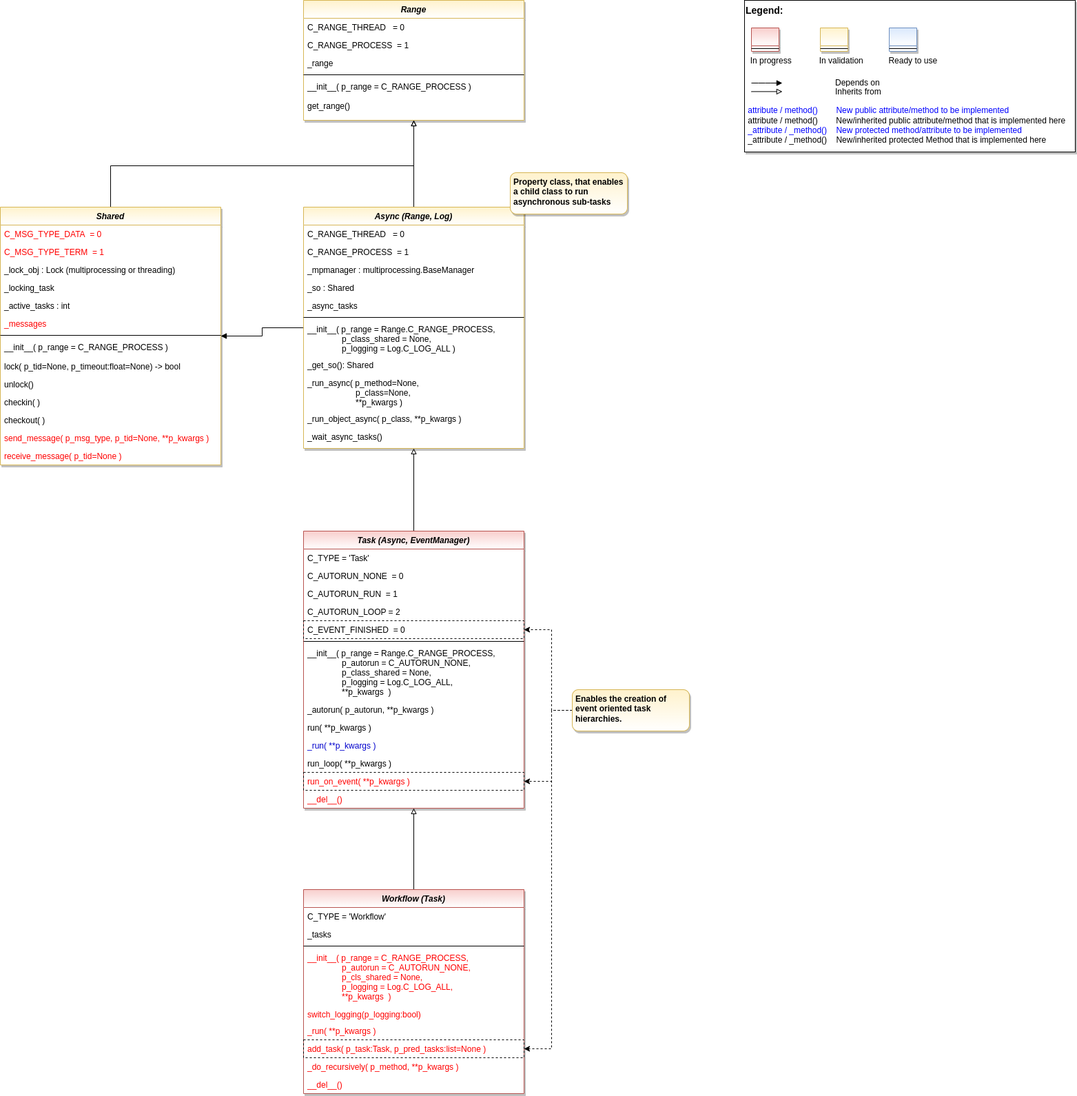
Before: doc/rtd/content/append2/core/images/bf/MLPro-BF-MT_class_diagram.drawio.png, a diagram exported from draw.io (fhswf/MLPro). Source tidied: cells renumbered, new cells last; positions are measured from the earlier drawing's top-left corner, leaving out a move shared by most shapes.
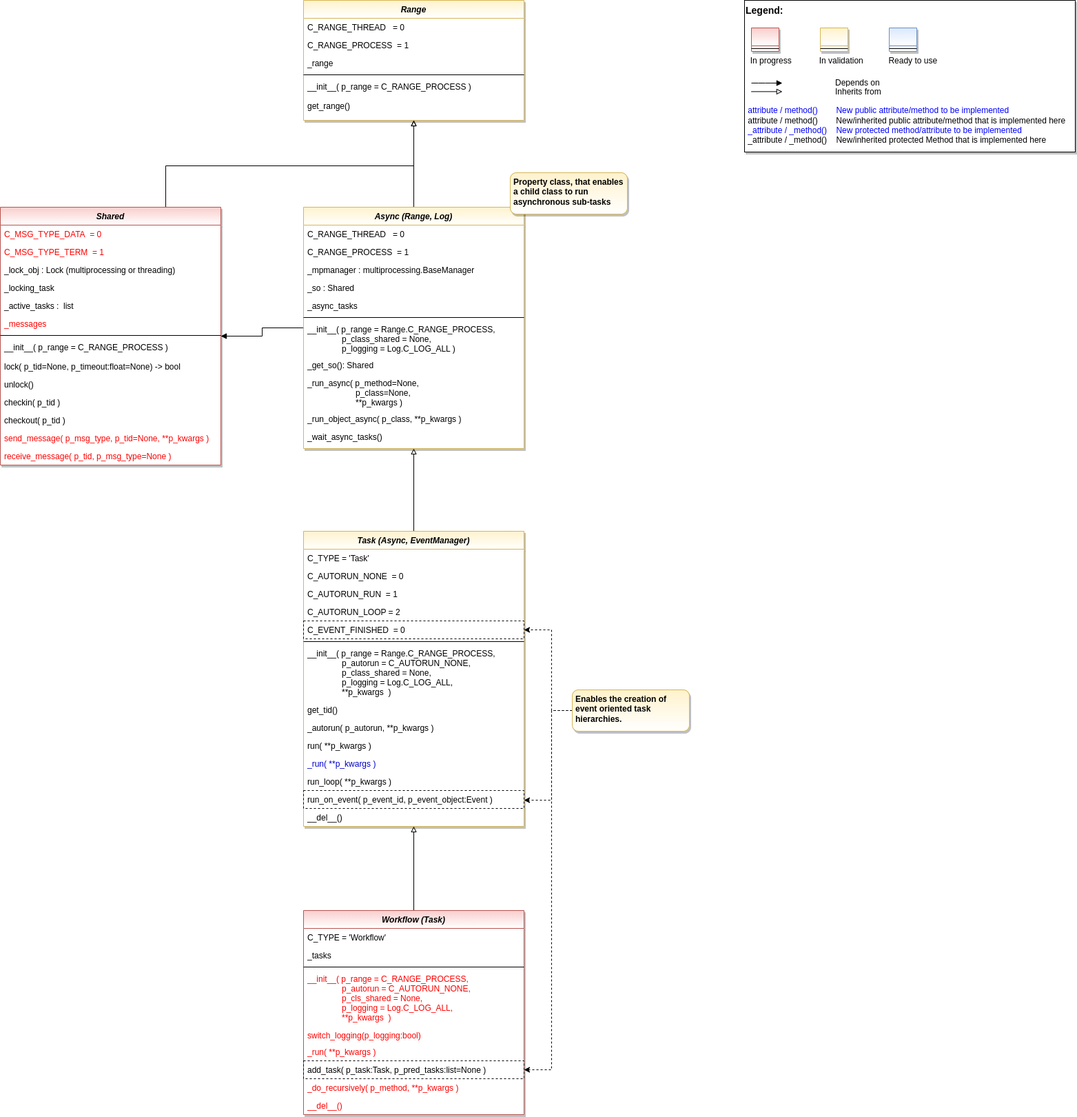
After the change.

The edit, as a diff of the source:
```diff
@@ -43,15 +43,15 @@
     <mxCell id="11" style="line;html=1;strokeWidth=1;align=left;verticalAlign=middle;spacingTop=-1;spacingLeft=3;spacingRight=3;labelPosition=right;" parent="10" vertex="1">
       <mxGeometry y="26" width="40" height="8" as="geometry" />
     </mxCell>
-    <mxCell id="12" style="edgeStyle=orthogonalEdgeStyle;rounded=0;jettySize=auto;html=1;fontColor=default;endArrow=block;endFill=0;" parent="1" edge="1" source="13" target="73">
+    <mxCell id="12" style="edgeStyle=orthogonalEdgeStyle;rounded=0;jettySize=auto;html=1;fontColor=default;endArrow=block;endFill=0;exitX=0.75;exitY=0;exitDx=0;exitDy=0;" parent="1" edge="1" source="13" target="73">
       <mxGeometry relative="1" as="geometry">
         <Array as="points">
-          <mxPoint x="160" y="240" />
+          <mxPoint x="240" y="240" />
           <mxPoint x="600" y="240" />
         </Array>
       </mxGeometry>
     </mxCell>
-    <mxCell id="13" value="Shared" style="swimlane;fontStyle=3;align=center;verticalAlign=top;horizontal=1;startSize=26;rounded=0;shadow=1;strokeWidth=1;fillColor=#fff2cc;strokeColor=#d6b656;glass=0;swimlaneFillColor=#ffffff;gradientColor=#FFFFFF;" parent="1" vertex="1">
+    <mxCell id="13" value="Shared" style="swimlane;fontStyle=3;align=center;verticalAlign=top;horizontal=1;startSize=26;rounded=0;shadow=1;strokeWidth=1;fillColor=#f8cecc;strokeColor=#b85450;glass=0;swimlaneFillColor=#ffffff;gradientColor=#FFFFFF;" parent="1" vertex="1">
       <mxGeometry y="300" width="320" height="374" as="geometry" />
     </mxCell>
     <mxCell id="14" value="C_MSG_TYPE_DATA  = 0" style="text;align=left;verticalAlign=top;spacingLeft=4;spacingRight=4;overflow=hidden;fontColor=#FF0000;" parent="13" vertex="1">
@@ -66,7 +66,7 @@
     <mxCell id="17" value="_locking_task" style="text;align=left;verticalAlign=top;spacingLeft=4;spacingRight=4;overflow=hidden;" parent="13" vertex="1">
       <mxGeometry y="104" width="320" height="26" as="geometry" />
     </mxCell>
-    <mxCell id="18" value="_active_tasks : int" style="text;align=left;verticalAlign=top;spacingLeft=4;spacingRight=4;overflow=hidden;" parent="13" vertex="1">
+    <mxCell id="18" value="_active_tasks :  list" style="text;align=left;verticalAlign=top;spacingLeft=4;spacingRight=4;overflow=hidden;" parent="13" vertex="1">
       <mxGeometry y="130" width="320" height="26" as="geometry" />
     </mxCell>
     <mxCell id="19" value="_messages" style="text;align=left;verticalAlign=top;spacingLeft=4;spacingRight=4;overflow=hidden;fontColor=#FF0000;" parent="13" vertex="1">
@@ -84,16 +84,16 @@
     <mxCell id="23" value="unlock()" style="text;align=left;verticalAlign=top;spacingLeft=4;spacingRight=4;overflow=hidden;fontColor=default;" parent="13" vertex="1">
       <mxGeometry y="244" width="320" height="26" as="geometry" />
     </mxCell>
-    <mxCell id="24" value="checkin( )" style="text;align=left;verticalAlign=top;spacingLeft=4;spacingRight=4;overflow=hidden;fontColor=default;" parent="13" vertex="1">
+    <mxCell id="24" value="checkin( p_tid )" style="text;align=left;verticalAlign=top;spacingLeft=4;spacingRight=4;overflow=hidden;fontColor=default;" parent="13" vertex="1">
       <mxGeometry y="270" width="320" height="26" as="geometry" />
     </mxCell>
-    <mxCell id="25" value="checkout( )" style="text;align=left;verticalAlign=top;spacingLeft=4;spacingRight=4;overflow=hidden;fontColor=default;" parent="13" vertex="1">
+    <mxCell id="25" value="checkout( p_tid )" style="text;align=left;verticalAlign=top;spacingLeft=4;spacingRight=4;overflow=hidden;fontColor=default;" parent="13" vertex="1">
       <mxGeometry y="296" width="320" height="26" as="geometry" />
     </mxCell>
     <mxCell id="26" value="send_message( p_msg_type, p_tid=None, **p_kwargs )" style="text;align=left;verticalAlign=top;spacingLeft=4;spacingRight=4;overflow=hidden;fontColor=#FF0000;" parent="13" vertex="1">
       <mxGeometry y="322" width="320" height="26" as="geometry" />
     </mxCell>
-    <mxCell id="27" value="receive_message( p_tid=None )" style="text;align=left;verticalAlign=top;spacingLeft=4;spacingRight=4;overflow=hidden;fontColor=#FF0000;" parent="13" vertex="1">
+    <mxCell id="27" value="receive_message( p_tid, p_msg_type=None )" style="text;align=left;verticalAlign=top;spacingLeft=4;spacingRight=4;overflow=hidden;fontColor=#FF0000;" parent="13" vertex="1">
       <mxGeometry y="348" width="320" height="26" as="geometry" />
     </mxCell>
     <mxCell id="28" style="edgeStyle=orthogonalEdgeStyle;rounded=0;jettySize=auto;html=1;endArrow=block;endFill=1;" parent="1" edge="1" source="30" target="13">
@@ -144,8 +144,8 @@
     <mxCell id="43" style="edgeStyle=orthogonalEdgeStyle;rounded=0;jettySize=auto;html=1;fontColor=#0000CC;endArrow=block;endFill=0;" parent="1" edge="1" source="44" target="30">
       <mxGeometry relative="1" as="geometry" />
     </mxCell>
-    <mxCell id="44" value="Task (Async, EventManager)" style="swimlane;fontStyle=3;align=center;verticalAlign=top;horizontal=1;startSize=26;rounded=0;shadow=1;strokeWidth=1;fillColor=#f8cecc;strokeColor=#b85450;glass=0;swimlaneFillColor=#ffffff;gradientColor=#ffffff;" parent="1" vertex="1">
-      <mxGeometry x="440" y="770" width="320" height="402" as="geometry" />
+    <mxCell id="44" value="Task (Async, EventManager)" style="swimlane;fontStyle=3;align=center;verticalAlign=top;horizontal=1;startSize=26;rounded=0;shadow=1;strokeWidth=1;fillColor=#fff2cc;strokeColor=#d6b656;glass=0;swimlaneFillColor=#ffffff;gradientColor=#FFFFFF;" parent="1" vertex="1">
+      <mxGeometry x="440" y="770" width="320" height="428" as="geometry" />
     </mxCell>
     <mxCell id="45" value="C_TYPE = 'Task'" style="text;align=left;verticalAlign=top;spacingLeft=4;spacingRight=4;overflow=hidden;" parent="44" vertex="1">
       <mxGeometry y="26" width="320" height="26" as="geometry" />
@@ -168,29 +168,32 @@
     <mxCell id="51" value="__init__( p_range = Range.C_RANGE_PROCESS,&#10;               p_autorun = C_AUTORUN_NONE,&#10;               p_class_shared = None,&#10;               p_logging = Log.C_LOG_ALL,&#10;               **p_kwargs  )" style="text;align=left;verticalAlign=top;spacingLeft=4;spacingRight=4;overflow=hidden;fontColor=default;" parent="44" vertex="1">
       <mxGeometry y="164" width="320" height="82" as="geometry" />
     </mxCell>
+    <mxCell id="80" value="get_tid()" style="text;align=left;verticalAlign=top;spacingLeft=4;spacingRight=4;overflow=hidden;fontColor=default;" parent="44" vertex="1">
+      <mxGeometry y="246" width="320" height="26" as="geometry" />
+    </mxCell>
     <mxCell id="52" value="_autorun( p_autorun, **p_kwargs )" style="text;align=left;verticalAlign=top;spacingLeft=4;spacingRight=4;overflow=hidden;fontColor=default;" parent="44" vertex="1">
-      <mxGeometry y="246" width="320" height="26" as="geometry" />
+      <mxGeometry y="272" width="320" height="26" as="geometry" />
     </mxCell>
     <mxCell id="53" value="run( **p_kwargs )" style="text;align=left;verticalAlign=top;spacingLeft=4;spacingRight=4;overflow=hidden;" parent="44" vertex="1">
-      <mxGeometry y="272" width="320" height="26" as="geometry" />
+      <mxGeometry y="298" width="320" height="26" as="geometry" />
     </mxCell>
     <mxCell id="54" value="_run( **p_kwargs )" style="text;align=left;verticalAlign=top;spacingLeft=4;spacingRight=4;overflow=hidden;fontColor=#0000CC;" parent="44" vertex="1">
-      <mxGeometry y="298" width="320" height="26" as="geometry" />
+      <mxGeometry y="324" width="320" height="26" as="geometry" />
     </mxCell>
-    <mxCell id="55" value="run_loop( **p_kwargs )" style="text;align=left;verticalAlign=top;spacingLeft=4;spacingRight=4;overflow=hidden;" parent="44" vertex="1">
-      <mxGeometry y="324" width="320" height="26" as="geometry" />
+    <mxCell id="55" value="run_loop( **p_kwargs )" style="text;align=left;verticalAlign=top;spacingLeft=4;spacingRight=4;overflow=hidden;fontColor=default;" parent="44" vertex="1">
+      <mxGeometry y="350" width="320" height="26" as="geometry" />
     </mxCell>
-    <mxCell id="56" value="run_on_event( **p_kwargs )" style="text;align=left;verticalAlign=top;spacingLeft=4;spacingRight=4;overflow=hidden;points=[[0,0.5],[1,0.5]];portConstraint=eastwest;fontColor=#FF0000;labelBorderColor=none;strokeColor=default;dashed=1;" parent="44" vertex="1">
-      <mxGeometry y="350" width="320" height="26" as="geometry" />
+    <mxCell id="56" value="run_on_event( p_event_id, p_event_object:Event )" style="text;align=left;verticalAlign=top;spacingLeft=4;spacingRight=4;overflow=hidden;points=[[0,0.5],[1,0.5]];portConstraint=eastwest;fontColor=default;labelBorderColor=none;strokeColor=default;dashed=1;" parent="44" vertex="1">
+      <mxGeometry y="376" width="320" height="26" as="geometry" />
     </mxCell>
-    <mxCell id="57" value="__del__()" style="text;align=left;verticalAlign=top;spacingLeft=4;spacingRight=4;overflow=hidden;fontColor=#FF0000;" parent="44" vertex="1">
-      <mxGeometry y="376" width="320" height="26" as="geometry" />
+    <mxCell id="57" value="__del__()" style="text;align=left;verticalAlign=top;spacingLeft=4;spacingRight=4;overflow=hidden;fontColor=default;" parent="44" vertex="1">
+      <mxGeometry y="402" width="320" height="26" as="geometry" />
     </mxCell>
     <mxCell id="58" style="edgeStyle=orthogonalEdgeStyle;rounded=0;jettySize=auto;html=1;fontColor=#0000CC;endArrow=block;endFill=0;" parent="1" edge="1" source="59" target="44">
       <mxGeometry relative="1" as="geometry" />
     </mxCell>
     <mxCell id="59" value="Workflow (Task)" style="swimlane;fontStyle=3;align=center;verticalAlign=top;horizontal=1;startSize=26;rounded=0;shadow=1;strokeWidth=1;fillColor=#f8cecc;strokeColor=#b85450;glass=0;swimlaneFillColor=#ffffff;gradientColor=#ffffff;" parent="1" vertex="1">
-      <mxGeometry x="440" y="1290" width="320" height="296" as="geometry" />
+      <mxGeometry x="440" y="1320" width="320" height="296" as="geometry" />
     </mxCell>
     <mxCell id="60" value="C_TYPE = 'Workflow'" style="text;align=left;verticalAlign=top;spacingLeft=4;spacingRight=4;overflow=hidden;" parent="59" vertex="1">
       <mxGeometry y="26" width="320" height="26" as="geometry" />
@@ -210,7 +213,7 @@
     <mxCell id="65" value="_run( **p_kwargs )" style="text;align=left;verticalAlign=top;spacingLeft=4;spacingRight=4;overflow=hidden;fontColor=#FF0000;" parent="59" vertex="1">
       <mxGeometry y="192" width="320" height="26" as="geometry" />
     </mxCell>
-    <mxCell id="66" value="add_task( p_task:Task, p_pred_tasks:list=None )" style="text;align=left;verticalAlign=top;spacingLeft=4;spacingRight=4;overflow=hidden;points=[[0,0.5],[1,0.5]];portConstraint=eastwest;fontColor=#FF0000;strokeColor=default;dashed=1;" parent="59" vertex="1">
+    <mxCell id="66" value="add_task( p_task:Task, p_pred_tasks:list=None )" style="text;align=left;verticalAlign=top;spacingLeft=4;spacingRight=4;overflow=hidden;points=[[0,0.5],[1,0.5]];portConstraint=eastwest;fontColor=default;strokeColor=default;dashed=1;" parent="59" vertex="1">
       <mxGeometry y="218" width="320" height="26" as="geometry" />
     </mxCell>
     <mxCell id="67" value="_do_recursively( p_method, **p_kwargs )" style="text;align=left;verticalAlign=top;spacingLeft=4;spacingRight=4;overflow=hidden;fontColor=#FF0000;" parent="59" vertex="1">
@@ -223,7 +226,7 @@
       <mxGeometry relative="1" as="geometry">
         <Array as="points">
           <mxPoint x="800" y="1030" />
-          <mxPoint x="800" y="1133" />
+          <mxPoint x="800" y="1160" />
         </Array>
       </mxGeometry>
     </mxCell>
@@ -239,7 +242,7 @@
       <mxGeometry relative="1" as="geometry">
         <Array as="points">
           <mxPoint x="800" y="1030" />
-          <mxPoint x="800" y="1521" />
+          <mxPoint x="800" y="1551" />
         </Array>
       </mxGeometry>
     </mxCell>
```
